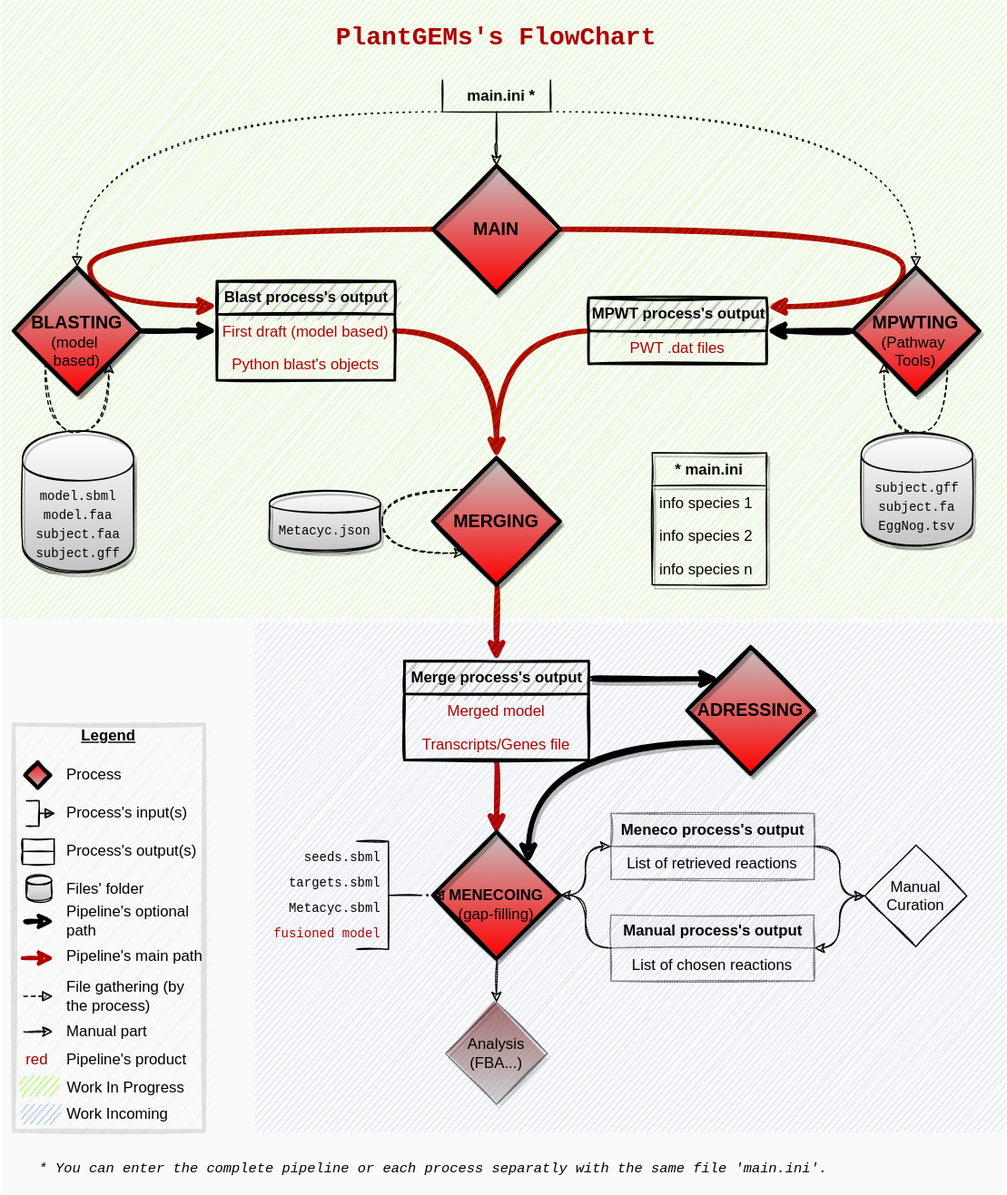
Earlier version of the draw.io export Flowchart_PlantGEMs.drawio.svg (AsaLap/PlantGEMs). Source tidied: cells renumbered, new cells last; positions are measured from the earlier drawing's top-left corner, leaving out a move shared by most shapes.
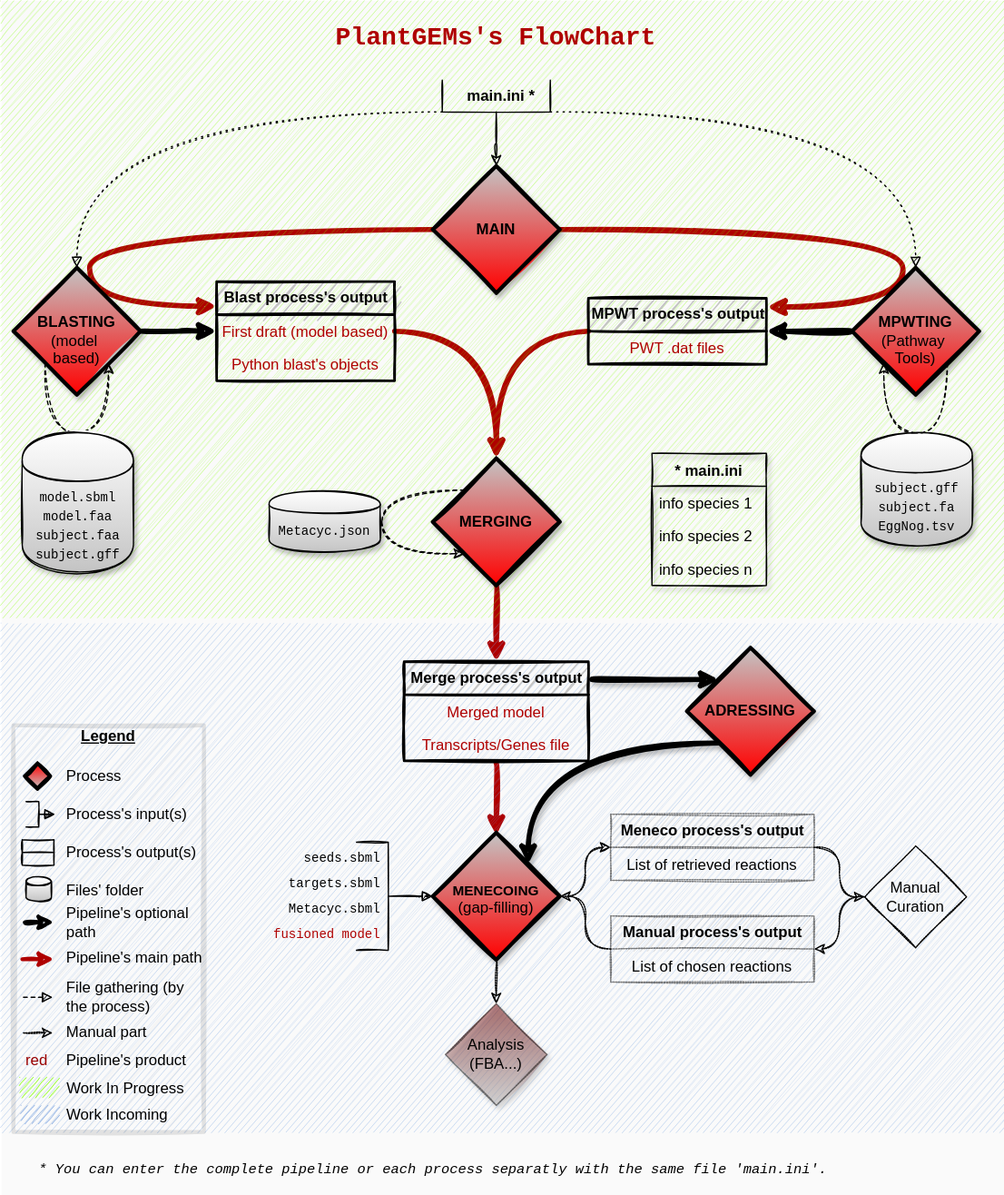
After the commit.

Commit message:
Mettre à jour Flowchart_PlantGEMs.drawio.svg

Change to the diagram source:
```diff
@@ -38,7 +38,7 @@
       </mxGeometry>
     </mxCell>
     <mxCell id="9" style="rounded=0;whiteSpace=wrap;html=1;fillColor=#7EA6E0;shadow=0;opacity=30;strokeColor=none;sketch=1;" parent="1" vertex="1">
-      <mxGeometry x="200" y="490" width="590" height="400" as="geometry" />
+      <mxGeometry y="490" width="790" height="400" as="geometry" />
     </mxCell>
     <mxCell id="10" value="&lt;font color=&quot;#000000&quot;&gt;&lt;b&gt;&lt;u&gt;Legend&lt;br&gt;&lt;br&gt;&lt;/u&gt;&lt;/b&gt;&lt;br&gt;&lt;br&gt;&lt;br&gt;&lt;br&gt;&lt;br&gt;&lt;br&gt;&lt;br&gt;&lt;br&gt;&lt;br&gt;&lt;br&gt;&lt;/font&gt;&lt;div style=&quot;text-align: left&quot;&gt;&lt;font color=&quot;#000000&quot;&gt;&lt;br&gt;&lt;/font&gt;&lt;/div&gt;&lt;div style=&quot;text-align: left&quot;&gt;&lt;font color=&quot;#000000&quot;&gt;&lt;br&gt;&lt;/font&gt;&lt;/div&gt;&lt;div style=&quot;text-align: left&quot;&gt;&lt;font color=&quot;#000000&quot;&gt;&lt;br&gt;&lt;/font&gt;&lt;/div&gt;&lt;div style=&quot;text-align: left&quot;&gt;&lt;font color=&quot;#000000&quot;&gt;&lt;br&gt;&lt;/font&gt;&lt;/div&gt;&lt;div style=&quot;text-align: left&quot;&gt;&lt;br&gt;&lt;/div&gt;&lt;div style=&quot;text-align: left&quot;&gt;&lt;br&gt;&lt;/div&gt;&lt;div style=&quot;text-align: left&quot;&gt;&lt;br&gt;&lt;/div&gt;&lt;div style=&quot;text-align: left&quot;&gt;&lt;br&gt;&lt;/div&gt;&lt;div style=&quot;text-align: left&quot;&gt;&lt;br&gt;&lt;/div&gt;&lt;div style=&quot;text-align: left&quot;&gt;&lt;br&gt;&lt;/div&gt;" style="rounded=0;whiteSpace=wrap;html=1;labelBackgroundColor=none;strokeWidth=3;fontColor=#FFFFFF;align=center;shadow=0;opacity=10;gradientDirection=north;fillColor=#C4C4C4;sketch=1;" parent="1" vertex="1">
       <mxGeometry x="10" y="570" width="150" height="320" as="geometry" />
@@ -46,7 +46,7 @@
     <mxCell id="11" style="edgeStyle=orthogonalEdgeStyle;curved=1;jettySize=auto;html=1;entryX=0;entryY=0.5;entryDx=0;entryDy=0;startArrow=none;startFill=0;fontColor=#FFFFFF;dashed=1;dashPattern=1 1;sketch=1;" parent="1" edge="1" source="12" target="22">
       <mxGeometry relative="1" as="geometry" />
     </mxCell>
-    <mxCell id="12" value="&lt;font style=&quot;font-size: 12px&quot;&gt;&lt;b&gt;&lt;font style=&quot;font-size: 12px&quot;&gt;&lt;br&gt;MENECOING&lt;/font&gt;&lt;/b&gt;&lt;br&gt;(gap-filling)&lt;/font&gt;" style="rhombus;whiteSpace=wrap;html=1;rounded=0;strokeWidth=3;gradientDirection=north;gradientColor=#C4C4C4;fillColor=#FF0000;sketch=1;shadow=1;" parent="1" vertex="1">
+    <mxCell id="12" value="&lt;p style=&quot;line-height: 0%;&quot;&gt;&lt;br&gt;&lt;/p&gt;&lt;div&gt;&lt;font style=&quot;&quot;&gt;&lt;b style=&quot;&quot;&gt;&lt;font style=&quot;&quot;&gt;&lt;span style=&quot;font-size: 11px;&quot;&gt;MENECOING&lt;/span&gt;&lt;/font&gt;&lt;/b&gt;&lt;br&gt;(gap-filling)&lt;/font&gt;&lt;/div&gt;&lt;div style=&quot;line-height: 60%;&quot;&gt;&lt;font style=&quot;&quot;&gt;&lt;br&gt;&lt;/font&gt;&lt;/div&gt;&lt;p&gt;&lt;/p&gt;" style="rhombus;whiteSpace=wrap;html=1;rounded=0;strokeWidth=3;gradientDirection=north;gradientColor=#C4C4C4;fillColor=#FF0000;sketch=1;shadow=1;" parent="1" vertex="1">
       <mxGeometry x="340" y="654.5" width="100" height="100" as="geometry" />
     </mxCell>
     <mxCell id="13" style="edgeStyle=orthogonalEdgeStyle;curved=1;jettySize=auto;html=1;exitX=0;exitY=0.5;exitDx=0;exitDy=0;entryX=1;entryY=0.5;entryDx=0;entryDy=0;startArrow=none;startFill=0;fontColor=#FFFFFF;dashed=1;dashPattern=1 1;sketch=1;" parent="1" edge="1" source="14" target="25">
@@ -55,10 +55,8 @@
     <mxCell id="14" value="Manual Curation" style="rhombus;whiteSpace=wrap;html=1;gradientColor=none;fillColor=none;dashed=1;dashPattern=1 1;sketch=1;" parent="1" vertex="1">
       <mxGeometry x="680" y="665" width="80" height="80" as="geometry" />
     </mxCell>
-    <mxCell id="15" style="edgeStyle=orthogonalEdgeStyle;curved=1;jettySize=auto;html=1;dashed=1;dashPattern=1 4;startArrow=none;startFill=0;endArrow=block;endFill=1;strokeWidth=1;fontColor=#FFFFFF;sketch=1;" parent="1" edge="1" source="16">
-      <mxGeometry relative="1" as="geometry">
-        <mxPoint x="340" y="704.5" as="targetPoint" />
-      </mxGeometry>
+    <mxCell id="15" style="edgeStyle=orthogonalEdgeStyle;curved=1;jettySize=auto;html=1;dashed=1;dashPattern=1 4;startArrow=none;startFill=0;endArrow=block;endFill=1;strokeWidth=1;fontColor=#FFFFFF;sketch=1;" parent="1" edge="1" source="16" target="12">
+      <mxGeometry relative="1" as="geometry" />
     </mxCell>
     <mxCell id="16" style="strokeWidth=1;html=1;shape=mxgraph.flowchart.annotation_2;align=left;labelPosition=right;direction=west;sketch=1;" parent="1" vertex="1">
       <mxGeometry x="280" y="662" width="50" height="85" as="geometry" />
@@ -193,7 +191,7 @@
         </Array>
       </mxGeometry>
     </mxCell>
-    <mxCell id="53" value="&lt;b&gt;&lt;font style=&quot;font-size: 14px&quot;&gt;&lt;br&gt;BLASTING&lt;/font&gt;&lt;/b&gt;&lt;br&gt;&lt;font style=&quot;font-size: 12px&quot;&gt;(model&amp;nbsp;&lt;br&gt;based)&lt;/font&gt;" style="rhombus;labelBorderColor=none;labelBackgroundColor=none;whiteSpace=wrap;html=1;strokeWidth=3;gradientDirection=north;fillColor=#FF0000;gradientColor=#C4C4C4;sketch=1;shadow=1;" parent="1" vertex="1">
+    <mxCell id="53" value="&lt;font style=&quot;font-size: 12px;&quot;&gt;&lt;b&gt;&lt;font style=&quot;font-size: 12px;&quot;&gt;&lt;br&gt;BLASTING&lt;/font&gt;&lt;/b&gt;&lt;br&gt;&lt;font style=&quot;font-size: 12px;&quot;&gt;(model&amp;nbsp;&lt;br&gt;based)&lt;/font&gt;&lt;/font&gt;" style="rhombus;labelBorderColor=none;labelBackgroundColor=none;whiteSpace=wrap;html=1;strokeWidth=3;gradientDirection=north;fillColor=#FF0000;gradientColor=#C4C4C4;sketch=1;shadow=1;" parent="1" vertex="1">
       <mxGeometry x="10" y="210" width="100" height="100" as="geometry" />
     </mxCell>
     <mxCell id="54" style="edgeStyle=orthogonalEdgeStyle;curved=1;jettySize=auto;html=1;entryX=1;entryY=0.5;entryDx=0;entryDy=0;startArrow=none;startFill=0;fontColor=#6F0000;strokeWidth=4;sketch=1;" parent="1" edge="1" source="66" target="60">
@@ -234,10 +232,10 @@
         </Array>
       </mxGeometry>
     </mxCell>
-    <mxCell id="65" value="&lt;b&gt;&lt;font style=&quot;font-size: 14px&quot;&gt;MAIN&lt;/font&gt;&lt;/b&gt;" style="rhombus;labelBorderColor=none;labelBackgroundColor=none;whiteSpace=wrap;html=1;strokeWidth=3;gradientDirection=north;gradientColor=#C4C4C4;fillColor=#FF0000;sketch=1;shadow=1;" parent="1" vertex="1">
+    <mxCell id="65" value="&lt;b&gt;&lt;font style=&quot;font-size: 12px;&quot;&gt;MAIN&lt;/font&gt;&lt;/b&gt;" style="rhombus;labelBorderColor=none;labelBackgroundColor=none;whiteSpace=wrap;html=1;strokeWidth=3;gradientDirection=north;gradientColor=#C4C4C4;fillColor=#FF0000;sketch=1;shadow=1;" parent="1" vertex="1">
       <mxGeometry x="340" y="130" width="100" height="100" as="geometry" />
     </mxCell>
-    <mxCell id="66" value="&lt;b&gt;&lt;font style=&quot;font-size: 14px&quot;&gt;&lt;br&gt;MPWTING&lt;/font&gt;&lt;/b&gt;&lt;br&gt;(Pathway&amp;nbsp;&lt;br&gt;Tools)" style="rhombus;whiteSpace=wrap;html=1;strokeWidth=3;gradientDirection=north;fillColor=#FF0000;gradientColor=#C4C4C4;sketch=1;shadow=1;" parent="1" vertex="1">
+    <mxCell id="66" value="&lt;font style=&quot;font-size: 12px;&quot;&gt;&lt;b&gt;&lt;font style=&quot;font-size: 12px;&quot;&gt;&lt;br&gt;MPWTING&lt;/font&gt;&lt;/b&gt;&lt;br&gt;(Pathway&amp;nbsp;&lt;br&gt;Tools)&lt;/font&gt;" style="rhombus;whiteSpace=wrap;html=1;strokeWidth=3;gradientDirection=north;fillColor=#FF0000;gradientColor=#C4C4C4;sketch=1;shadow=1;" parent="1" vertex="1">
       <mxGeometry x="670" y="210" width="100" height="100" as="geometry" />
     </mxCell>
     <mxCell id="67" value="&lt;font style=&quot;font-size: 10px&quot; face=&quot;Courier New&quot;&gt;Metacyc.json&lt;br&gt;&lt;/font&gt;" style="shape=cylinder;html=1;boundedLbl=1;backgroundOutline=1;align=center;labelBackgroundColor=none;labelBorderColor=none;whiteSpace=wrap;fillColor=#C4C4C4;gradientColor=#ffffff;gradientDirection=north;sketch=1;shadow=1;" parent="1" vertex="1">
@@ -257,7 +255,7 @@
     <mxCell id="70" value="Analysis&lt;br&gt;(FBA...)" style="rhombus;whiteSpace=wrap;html=1;align=center;dashed=1;dashPattern=1 1;fillColor=#C4C4C4;gradientColor=#6F0000;opacity=50;gradientDirection=north;sketch=1;shadow=1;" parent="1" vertex="1">
       <mxGeometry x="350" y="789" width="80" height="80" as="geometry" />
     </mxCell>
-    <mxCell id="71" value="&lt;b&gt;&lt;font style=&quot;font-size: 14px&quot;&gt;MERGING&lt;/font&gt;&lt;/b&gt;" style="rhombus;whiteSpace=wrap;html=1;strokeWidth=3;fillColor=#FF0000;gradientColor=#C4C4C4;gradientDirection=north;sketch=1;shadow=1;" parent="1" vertex="1">
+    <mxCell id="71" value="&lt;b&gt;&lt;font style=&quot;font-size: 12px;&quot;&gt;MERGING&lt;/font&gt;&lt;/b&gt;" style="rhombus;whiteSpace=wrap;html=1;strokeWidth=3;fillColor=#FF0000;gradientColor=#C4C4C4;gradientDirection=north;sketch=1;shadow=1;" parent="1" vertex="1">
       <mxGeometry x="340" y="360" width="100" height="100" as="geometry" />
     </mxCell>
     <mxCell id="72" style="edgeStyle=orthogonalEdgeStyle;curved=1;jettySize=auto;html=1;entryX=0;entryY=0;entryDx=0;entryDy=0;shadow=1;startArrow=none;startFill=0;endArrow=classic;endFill=1;strokeColor=default;strokeWidth=4;sketch=1;exitX=1.017;exitY=0.179;exitDx=0;exitDy=0;exitPerimeter=0;" parent="1" edge="1" source="73" target="81">
@@ -287,7 +285,7 @@
     <mxCell id="80" style="edgeStyle=orthogonalEdgeStyle;curved=1;jettySize=auto;html=1;exitX=0;exitY=1;exitDx=0;exitDy=0;entryX=1;entryY=0;entryDx=0;entryDy=0;shadow=1;startArrow=none;startFill=0;endArrow=classic;endFill=1;strokeColor=default;strokeWidth=4;sketch=1;" parent="1" edge="1" source="81" target="12">
       <mxGeometry relative="1" as="geometry" />
     </mxCell>
-    <mxCell id="81" value="&lt;b&gt;&lt;font style=&quot;font-size: 14px&quot;&gt;ADRESSING&lt;/font&gt;&lt;/b&gt;" style="rhombus;whiteSpace=wrap;html=1;strokeWidth=3;fillColor=#FF0000;gradientColor=#C4C4C4;gradientDirection=north;sketch=1;shadow=1;" parent="1" vertex="1">
+    <mxCell id="81" value="&lt;b&gt;&lt;font style=&quot;font-size: 12px;&quot;&gt;ADRESSING&lt;/font&gt;&lt;/b&gt;" style="rhombus;whiteSpace=wrap;html=1;strokeWidth=3;fillColor=#FF0000;gradientColor=#C4C4C4;gradientDirection=north;sketch=1;shadow=1;" parent="1" vertex="1">
       <mxGeometry x="540" y="509" width="100" height="100" as="geometry" />
     </mxCell>
     <mxCell id="82" style="edgeStyle=orthogonalEdgeStyle;curved=1;sketch=1;jettySize=auto;html=1;exitX=0;exitY=0.5;exitDx=0;exitDy=0;exitPerimeter=0;entryX=0.5;entryY=0;entryDx=0;entryDy=0;shadow=0;startArrow=none;startFill=0;endArrow=classic;endFill=1;strokeColor=default;strokeWidth=1;" parent="1" edge="1" source="83" target="65">
```
